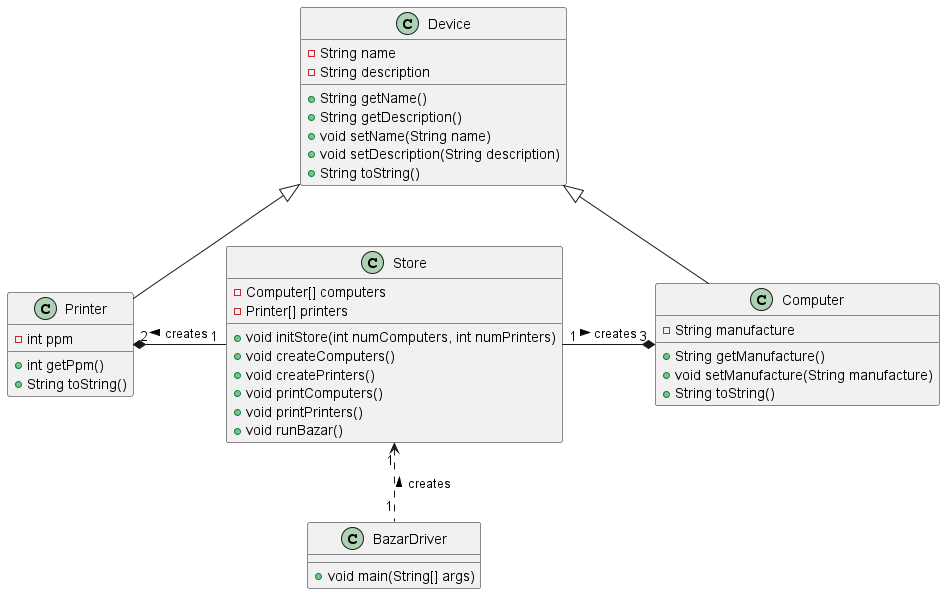
This is Docs/UML Diagram.png from jenul-ferdinand/digital-bazaar, a PlantUML export, as it was before one commit.
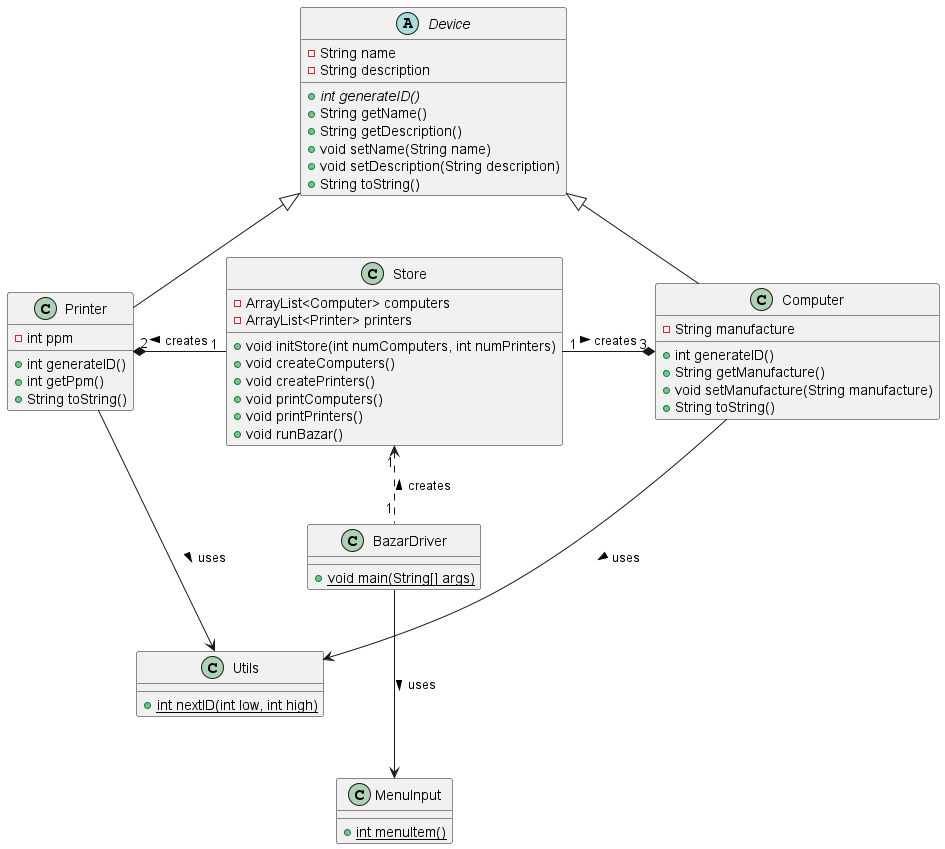
The same file after the commit.

Commit message:
Updated UML Diagram.png, because I forgot last night

Change to the diagram source:
```diff
@@ -1,12 +1,12 @@
 @startuml
 
 class BazarDriver {
-    + void main(String[] args)
+    + {static} void main(String[] args)
 }
 
 class Store {
-    - Computer[] computers
-    - Printer[] printers
+    - ArrayList<Computer> computers
+    - ArrayList<Printer> printers
     + void initStore(int numComputers, int numPrinters)
     + void createComputers()
     + void createPrinters()
@@ -17,25 +17,36 @@
 
 class Printer {
     - int ppm
+    + int generateID()
     + int getPpm()
     + String toString()
 }
 
 class Computer {
     - String manufacture
+    + int generateID()
     + String getManufacture()
     + void setManufacture(String manufacture)
     + String toString()
 }
 
-class Device {
+abstract class Device {
     - String name
     - String description
+    + {abstract} int generateID()
     + String getName()
     + String getDescription()
     + void setName(String name)
     + void setDescription(String description)
     + String toString()
+}
+
+class MenuInput {
+    + {static} int menuItem()
+}
+
+class Utils {
+    + {static} int nextID(int low, int high)
 }
 
 Printer -u-|> Device
@@ -44,8 +55,11 @@
 Printer "2" *-r- "1" Store : creates <
 Computer "3" *-l- "1" Store : creates <
 
+Printer ---> Utils : uses >
+Computer --->  Utils : uses >
+
 BazarDriver "1" .u.> "1" Store : creates >
-
+BazarDriver ---> MenuInput : uses >
 
 
 @enduml
```
